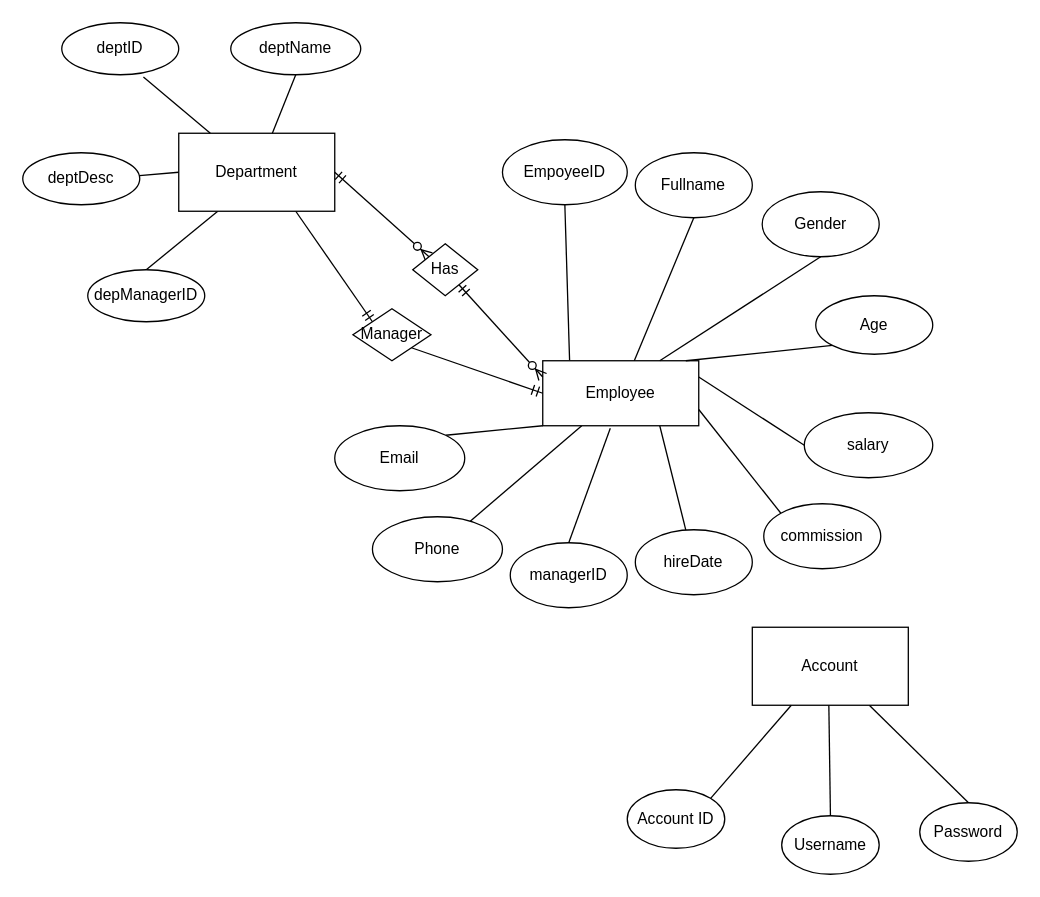
dodangtuan/baitestjava1 keeps this draw.io diagram as QLNS.drawio. Above is the earlier version. Source tidied: cells renumbered, new cells numbered last; positions are measured from the earlier drawing's top-left corner, leaving out a move shared by most shapes. Both pictures are drawn from the tidied source at 130%, with x=0, y=0 at pixel (22, 22).
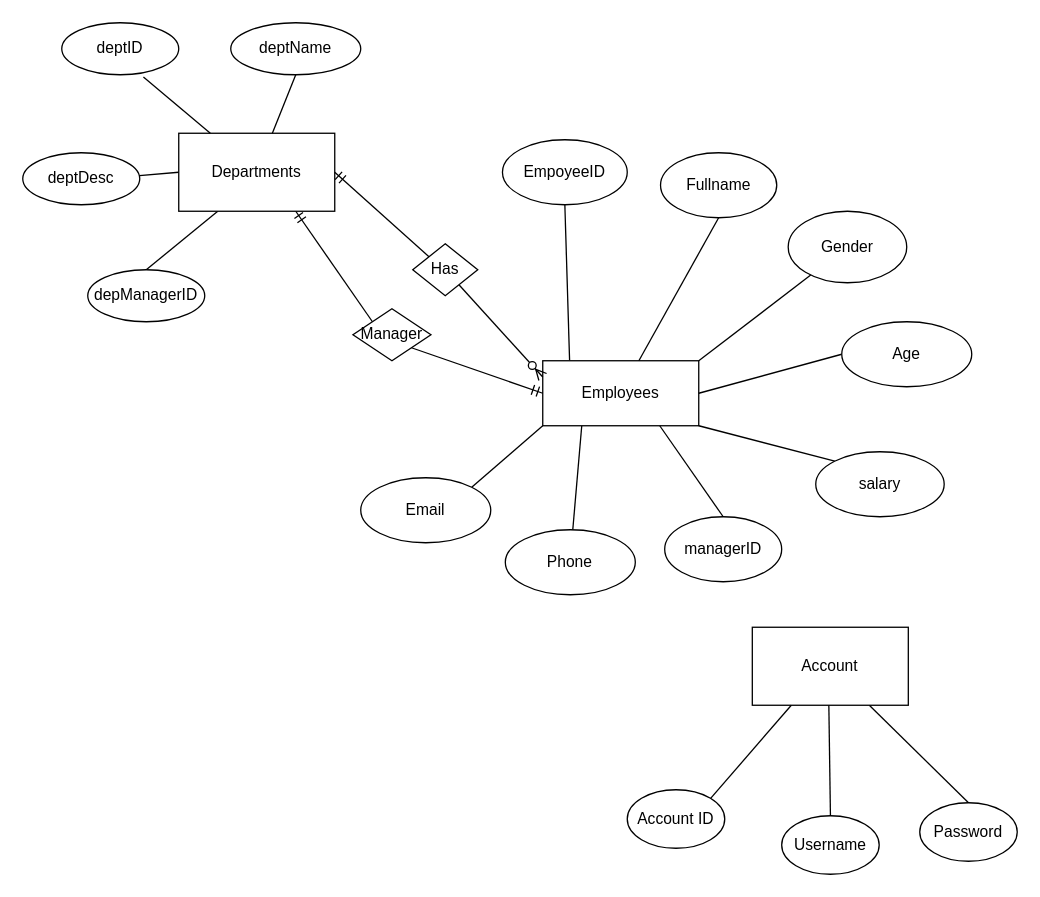
Above is the later version.

Unchanged cells that the change refers to:
```xml
<mxCell id="27" value="Has" style="rhombus;whiteSpace=wrap;html=1;" parent="1" vertex="1">
  <mxGeometry x="300" y="170" width="50" height="40" as="geometry" />
</mxCell>
<mxCell id="43" value="Manager" style="rhombus;whiteSpace=wrap;html=1;" parent="1" vertex="1">
  <mxGeometry x="254" y="220" width="60" height="40" as="geometry" />
</mxCell>
```

Diff of the diagram source:
```diff
@@
-    <mxCell id="3" style="rounded=0;jettySize=auto;html=1;exitX=0.75;exitY=1;exitDx=0;exitDy=0;endArrow=none;endFill=0;" parent="1" edge="1" source="5" target="40">
-      <mxGeometry relative="1" as="geometry" />
-    </mxCell>
-    <mxCell id="4" style="rounded=0;jettySize=auto;html=1;exitX=1;exitY=0.25;exitDx=0;exitDy=0;entryX=0;entryY=0.5;entryDx=0;entryDy=0;endArrow=none;endFill=0;" parent="1" edge="1" source="5" target="41">
+    <mxCell id="4" style="rounded=0;jettySize=auto;html=1;exitX=1;exitY=1;exitDx=0;exitDy=0;entryX=0;entryY=0;entryDx=0;entryDy=0;endArrow=none;endFill=0;" parent="1" edge="1" source="5" target="41">
       <mxGeometry relative="1" as="geometry" />
     </mxCell>
-    <mxCell id="5" value="Employee " style="rounded=0;whiteSpace=wrap;html=1;" parent="1" vertex="1">
+    <mxCell id="5" value="Employees" style="rounded=0;whiteSpace=wrap;html=1;" parent="1" vertex="1">
       <mxGeometry x="400" y="260" width="120" height="50" as="geometry" />
     </mxCell>
@@
-    <mxCell id="8" style="rounded=0;jettySize=auto;html=1;exitX=0.75;exitY=1;exitDx=0;exitDy=0;entryX=0;entryY=0;entryDx=0;entryDy=0;endArrow=ERmandOne;endFill=0;" parent="1" edge="1" source="9" target="43">
+    <mxCell id="8" style="rounded=0;jettySize=auto;html=1;exitX=0.75;exitY=1;exitDx=0;exitDy=0;entryX=0;entryY=0;entryDx=0;entryDy=0;endArrow=none;endFill=0;startArrow=ERmandOne;startFill=0;" parent="1" edge="1" source="9" target="43">
       <mxGeometry relative="1" as="geometry" />
     </mxCell>
-    <mxCell id="9" value="Department" style="rounded=0;whiteSpace=wrap;html=1;glass=0;" parent="1" vertex="1">
+    <mxCell id="9" value="Departments" style="rounded=0;whiteSpace=wrap;html=1;glass=0;" parent="1" vertex="1">
       <mxGeometry x="120" y="85" width="120" height="60" as="geometry" />
     </mxCell>
-    <mxCell id="10" style="fontSize=12;html=1;endArrow=ERzeroToMany;startArrow=ERmandOne;rounded=0;entryX=0;entryY=0.25;entryDx=0;entryDy=0;" parent="1" edge="1" source="27" target="5">
+    <mxCell id="10" style="fontSize=12;html=1;endArrow=ERzeroToMany;startArrow=none;rounded=0;entryX=0;entryY=0.25;entryDx=0;entryDy=0;startFill=0;" parent="1" edge="1" source="27" target="5">
       <mxGeometry relative="1" as="geometry" />
     </mxCell>
@@
     <mxCell id="14" value="Fullname" style="ellipse;whiteSpace=wrap;html=1;" parent="1" vertex="1">
-      <mxGeometry x="471.2" y="100" width="90" height="50" as="geometry" />
+      <mxGeometry x="490.6" y="100" width="89.4" height="50" as="geometry" />
     </mxCell>
-    <mxCell id="15" style="rounded=0;jettySize=auto;html=1;exitX=0.5;exitY=1;exitDx=0;exitDy=0;entryX=0.75;entryY=0;entryDx=0;entryDy=0;endArrow=none;endFill=0;" parent="1" edge="1" source="16" target="5">
+    <mxCell id="15" style="rounded=0;jettySize=auto;html=1;entryX=1;entryY=0;entryDx=0;entryDy=0;endArrow=none;endFill=0;" parent="1" edge="1" source="16" target="5">
       <mxGeometry relative="1" as="geometry" />
     </mxCell>
     <mxCell id="16" value="Gender" style="ellipse;whiteSpace=wrap;html=1;" parent="1" vertex="1">
-      <mxGeometry x="568.8" y="130" width="90" height="50" as="geometry" />
+      <mxGeometry x="588.8" y="145" width="91.2" height="55" as="geometry" />
     </mxCell>
     <mxCell id="17" value="Phone" style="ellipse;whiteSpace=wrap;html=1;" parent="1" vertex="1">
-      <mxGeometry x="269" y="380" width="100" height="50" as="geometry" />
+      <mxGeometry x="371.2" y="390" width="100" height="50" as="geometry" />
     </mxCell>
-    <mxCell id="18" style="rounded=0;jettySize=auto;html=1;exitX=0;exitY=0;exitDx=0;exitDy=0;entryX=1;entryY=0.75;entryDx=0;entryDy=0;endArrow=none;endFill=0;" parent="1" edge="1" source="19" target="5">
-      <mxGeometry relative="1" as="geometry" />
-    </mxCell>
-    <mxCell id="19" value="commission" style="ellipse;whiteSpace=wrap;html=1;" parent="1" vertex="1">
-      <mxGeometry x="570" y="370" width="90" height="50" as="geometry" />
-    </mxCell>
@@
-    <mxCell id="26" style="fontSize=12;html=1;endArrow=ERzeroToMany;startArrow=ERmandOne;rounded=0;exitX=1;exitY=0.5;exitDx=0;exitDy=0;entryX=0;entryY=0;entryDx=0;entryDy=0;" parent="1" edge="1" source="9" target="27">
+    <mxCell id="26" style="fontSize=12;html=1;endArrow=none;startArrow=ERmandOne;rounded=0;exitX=1;exitY=0.5;exitDx=0;exitDy=0;entryX=0;entryY=0;entryDx=0;entryDy=0;endFill=0;" parent="1" edge="1" source="9" target="27">
       <mxGeometry relative="1" as="geometry" />
     </mxCell>
@@
     <mxCell id="30" value="Email" style="ellipse;whiteSpace=wrap;html=1;" parent="1" vertex="1">
-      <mxGeometry x="240" y="310" width="100" height="50" as="geometry" />
+      <mxGeometry x="260" y="350" width="100" height="50" as="geometry" />
     </mxCell>
@@
-    <mxCell id="38" style="rounded=0;jettySize=auto;html=1;exitX=0;exitY=1;exitDx=0;exitDy=0;endArrow=none;endFill=0;entryX=0.917;entryY=0;entryDx=0;entryDy=0;entryPerimeter=0;" parent="1" edge="1" source="39" target="5">
+    <mxCell id="38" style="rounded=0;jettySize=auto;html=1;exitX=0;exitY=0.5;exitDx=0;exitDy=0;endArrow=none;endFill=0;entryX=1;entryY=0.5;entryDx=0;entryDy=0;" parent="1" edge="1" source="39" target="5">
       <mxGeometry relative="1" as="geometry" />
     </mxCell>
     <mxCell id="39" value="Age" style="ellipse;whiteSpace=wrap;html=1;" parent="1" vertex="1">
-      <mxGeometry x="610" y="210" width="90" height="45" as="geometry" />
+      <mxGeometry x="630" y="230" width="100" height="50" as="geometry" />
     </mxCell>
-    <mxCell id="40" value="hireDate" style="ellipse;whiteSpace=wrap;html=1;" parent="1" vertex="1">
-      <mxGeometry x="471.2" y="390" width="90" height="50" as="geometry" />
-    </mxCell>
     <mxCell id="41" value="salary" style="ellipse;whiteSpace=wrap;html=1;" parent="1" vertex="1">
-      <mxGeometry x="601.2" y="300" width="98.8" height="50" as="geometry" />
+      <mxGeometry x="610" y="330" width="98.8" height="50" as="geometry" />
     </mxCell>
@@
-    <mxCell id="44" style="rounded=0;jettySize=auto;html=1;exitX=0.5;exitY=0;exitDx=0;exitDy=0;entryX=0.433;entryY=1.038;entryDx=0;entryDy=0;entryPerimeter=0;endArrow=none;endFill=0;" parent="1" edge="1" source="45" target="5">
+    <mxCell id="44" style="rounded=0;jettySize=auto;html=1;exitX=0.5;exitY=0;exitDx=0;exitDy=0;endArrow=none;endFill=0;entryX=0.75;entryY=1;entryDx=0;entryDy=0;" parent="1" edge="1" source="45" target="5">
       <mxGeometry relative="1" as="geometry" />
     </mxCell>
     <mxCell id="45" value="managerID" style="ellipse;whiteSpace=wrap;html=1;" parent="1" vertex="1">
-      <mxGeometry x="375" y="400" width="90" height="50" as="geometry" />
+      <mxGeometry x="493.8" y="380" width="90" height="50" as="geometry" />
     </mxCell>
```
